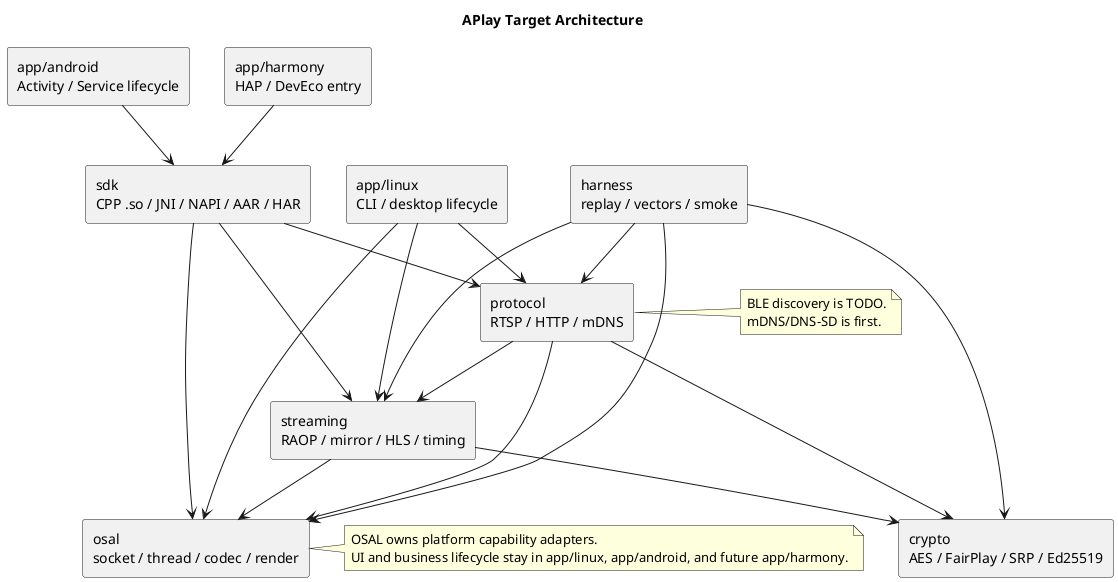
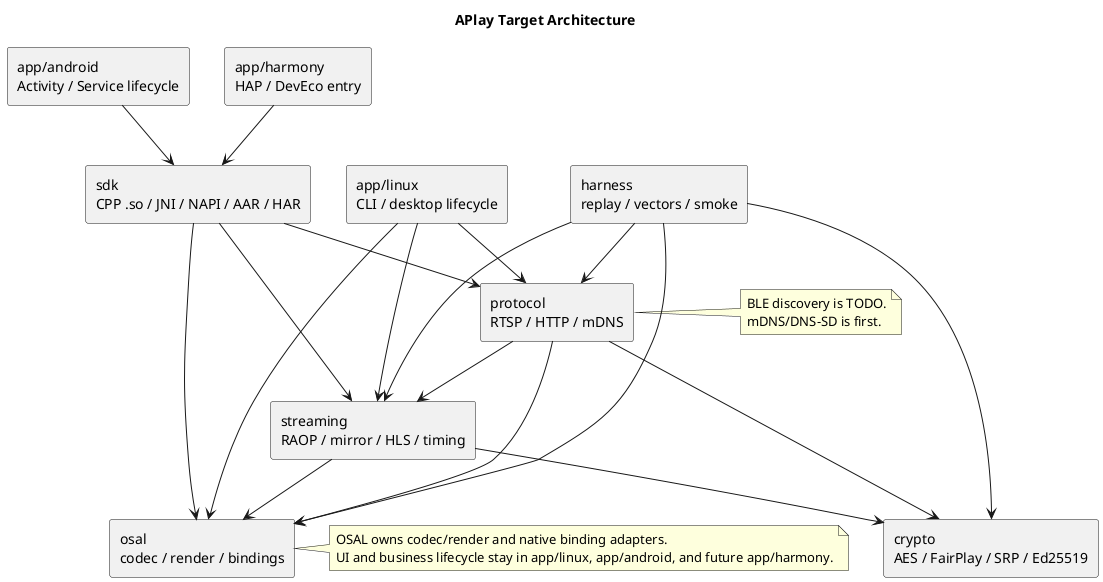
@startuml
title APlay Target Architecture

skinparam componentStyle rectangle

component "app/linux\nCLI / desktop lifecycle" as LinuxApp
component "sdk\nCPP .so / JNI / NAPI / AAR / HAR" as Sdk
component "app/android\nActivity / Service lifecycle" as AndroidApp
component "app/harmony\nHAP / DevEco entry" as HarmonyApp
component "protocol\nRTSP / HTTP / mDNS" as Protocol
component "streaming\nRAOP / mirror / HLS / timing" as Streaming
component "crypto\nAES / FairPlay / SRP / Ed25519" as Crypto
- component "osal\nsocket / thread / codec / render" as Osal
+ component "osal\ncodec / render / bindings" as Osal
component "harness\nreplay / vectors / smoke" as Harness

LinuxApp --> Protocol
LinuxApp --> Streaming
LinuxApp --> Osal
AndroidApp --> Sdk
HarmonyApp --> Sdk
Sdk --> Protocol
Sdk --> Streaming
Sdk --> Osal
Protocol --> Crypto
Protocol --> Streaming
Protocol --> Osal
Streaming --> Crypto
Streaming --> Osal
Harness --> Protocol
Harness --> Streaming
Harness --> Crypto
Harness --> Osal

note right of Protocol
BLE discovery is TODO.
mDNS/DNS-SD is first.
end note

note right of Osal
- OSAL owns platform capability adapters.
+ OSAL owns codec/render and native binding adapters.
UI and business lifecycle stay in app/linux, app/android, and future app/harmony.
end note

@enduml
